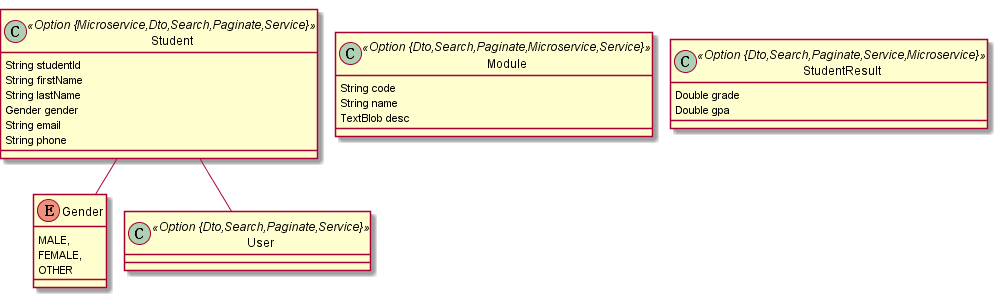
The PlantUML diagram project.png in skarlet-witcher/student-record-system, before a commit.
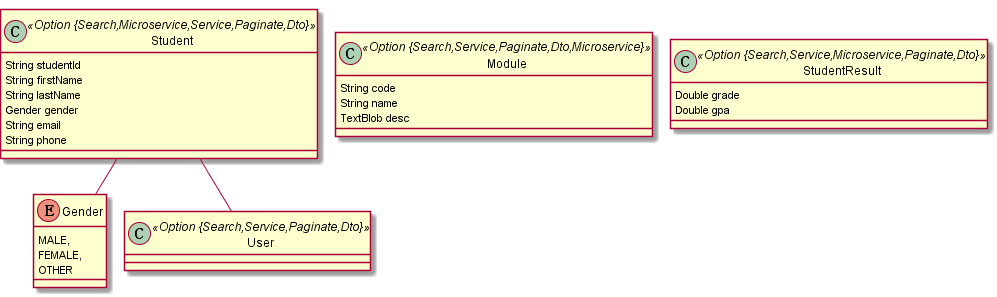
After the commit.

Change to the diagram source:
```diff
@@ -1,7 +1,7 @@
 @startuml
 	!pragma graphviz_dot jdot
 	!pragma syntax class
-	class Student <<Option {Microservice,Dto,Search,Paginate,Service}>> {
+	class Student <<Option {Search,Microservice,Service,Paginate,Dto}>> {
 		String studentId
 		String firstName
 		String lastName
@@ -15,16 +15,16 @@
 		FEMALE,
 		OTHER
 	}
-	class Module <<Option {Dto,Search,Paginate,Microservice,Service}>> {
+	class Module <<Option {Search,Service,Paginate,Dto,Microservice}>> {
 		String code
 		String name
 		TextBlob desc
 	}
-	class StudentResult <<Option {Dto,Search,Paginate,Service,Microservice}>> {
+	class StudentResult <<Option {Search,Service,Microservice,Paginate,Dto}>> {
 		Double grade
 		Double gpa
 	}
 	Student  "username(login) 0..1 " -- "0..1 "  User
-	class User <<Option {Dto,Search,Paginate,Service}>> {
+	class User <<Option {Search,Service,Paginate,Dto}>> {
 	}
 @enduml
```
